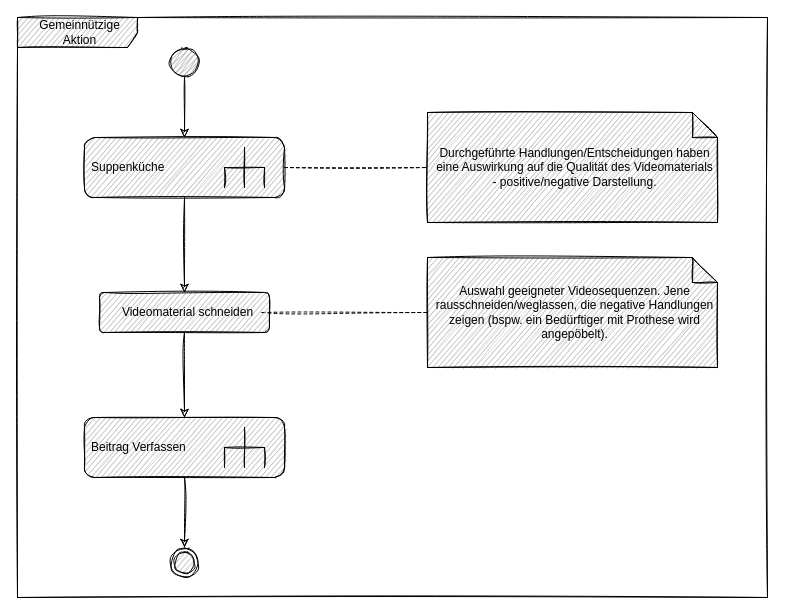
Earlier version of the draw.io diagram page "Task - Gemeinnützige Aktion" (4 of 10) of doc/game design/Basic-Gameplay.drawio (qogoist/rise_of_ravens). Source tidied: cells renumbered, new cells numbered last; positions are measured from the earlier drawing's top-left corner, leaving out a move shared by most shapes. Both pictures are drawn from the tidied source at 100%, with x=0, y=0 at pixel (17, 17).
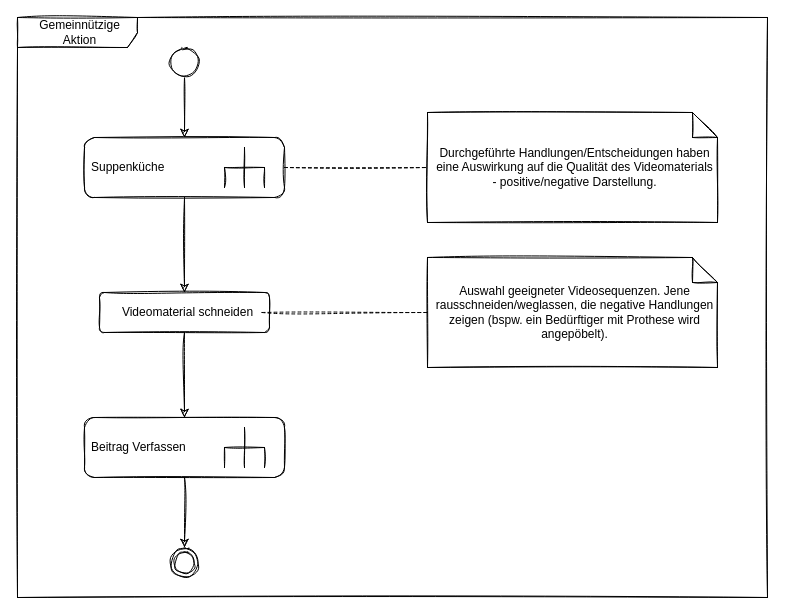
After the change.

What changed in the source:
```diff
@@
 <mxGraphModel background="#FFFFFF">
   <root>
     <mxCell id="0" />
     <mxCell id="1" parent="0" />
-    <mxCell id="2" value="Gemeinnützige Aktion" style="shape=umlFrame;whiteSpace=wrap;html=1;width=120;height=30;boundedLbl=1;verticalAlign=middle;align=center;spacingLeft=5;fillColor=#ABABAB;sketch=1;shadow=0;rounded=1;dashed=0;arcSize=10;strokeColor=#000000;fontColor=#000000;" parent="1" vertex="1">
+    <mxCell id="2" value="Gemeinnützige Aktion" style="shape=umlFrame;whiteSpace=wrap;html=1;width=120;height=30;boundedLbl=1;verticalAlign=middle;align=center;spacingLeft=5;fillColor=none;sketch=1;shadow=0;rounded=1;dashed=0;arcSize=10;strokeColor=#000000;fontColor=#000000;" parent="1" vertex="1">
       <mxGeometry width="750" height="580" as="geometry" />
     </mxCell>
     <mxCell id="3" style="edgeStyle=none;html=1;endArrow=classic;endFill=1;fontSize=12;fillColor=#ABABAB;strokeColor=#000000;fontColor=#000000;sketch=1;shadow=0;dashed=0;arcSize=10;spacingLeft=5;" parent="1" edge="1" source="4" target="9">
       <mxGeometry relative="1" as="geometry" />
     </mxCell>
-    <mxCell id="4" style="ellipse;sketch=1;shadow=0;fillStyle=zigzag;fillColor=#ABABAB;strokeColor=#000000;fontColor=#000000;rounded=1;dashed=0;arcSize=10;spacingLeft=5;" parent="1" vertex="1">
+    <mxCell id="4" style="ellipse;sketch=1;shadow=0;fillStyle=auto;fillColor=default;strokeColor=#000000;fontColor=#000000;rounded=1;dashed=0;arcSize=10;spacingLeft=5;" parent="1" vertex="1">
       <mxGeometry x="152" y="30" width="30" height="30" as="geometry" />
     </mxCell>
     <mxCell id="5" style="edgeStyle=none;html=1;endArrow=classic;endFill=1;fontSize=12;fillColor=#ABABAB;strokeColor=#000000;fontColor=#000000;sketch=1;shadow=0;dashed=0;arcSize=10;spacingLeft=5;exitX=0.5;exitY=1;exitDx=0;exitDy=0;" parent="1" edge="1" source="15" target="11">
       <mxGeometry relative="1" as="geometry" />
     </mxCell>
     <mxCell id="6" style="edgeStyle=none;html=1;endArrow=none;endFill=0;fontSize=12;fillColor=#ABABAB;strokeColor=#000000;fontColor=#000000;sketch=1;shadow=0;dashed=1;arcSize=10;spacingLeft=5;" parent="1" edge="1" target="13">
       <mxGeometry relative="1" as="geometry">
         <mxPoint x="244.5" y="295" as="sourcePoint" />
       </mxGeometry>
     </mxCell>
     <mxCell id="7" style="edgeStyle=none;html=1;endArrow=classic;endFill=1;fontSize=12;fillColor=#ABABAB;strokeColor=#000000;fontColor=#000000;sketch=1;shadow=0;dashed=0;arcSize=10;spacingLeft=5;entryX=0.5;entryY=0;entryDx=0;entryDy=0;" parent="1" edge="1" source="9" target="15">
       <mxGeometry relative="1" as="geometry" />
     </mxCell>
     <mxCell id="8" style="edgeStyle=none;html=1;entryX=0;entryY=0.5;entryDx=0;entryDy=0;entryPerimeter=0;endArrow=none;endFill=0;fontSize=12;fillColor=#ABABAB;strokeColor=#000000;fontColor=#000000;sketch=1;shadow=0;dashed=1;arcSize=10;spacingLeft=5;" parent="1" edge="1" source="9" target="14">
       <mxGeometry relative="1" as="geometry" />
     </mxCell>
-    <mxCell id="9" value="Suppenküche" style="shape=mxgraph.uml25.behaviorAction;html=1;rounded=1;absoluteArcSize=1;arcSize=10;align=left;spacingLeft=5;fillColor=#ABABAB;sketch=1;shadow=0;dashed=0;strokeColor=#000000;fontColor=#000000;" parent="1" vertex="1">
+    <mxCell id="9" value="Suppenküche" style="shape=mxgraph.uml25.behaviorAction;html=1;rounded=1;absoluteArcSize=1;arcSize=10;align=left;spacingLeft=5;fillColor=none;sketch=1;shadow=0;dashed=0;strokeColor=#000000;fontColor=#000000;" parent="1" vertex="1">
       <mxGeometry x="67" y="120" width="200" height="60" as="geometry" />
     </mxCell>
     <mxCell id="10" style="edgeStyle=none;html=1;endArrow=classic;endFill=1;fontSize=12;fillColor=#ABABAB;strokeColor=#000000;fontColor=#000000;sketch=1;shadow=0;dashed=0;arcSize=10;spacingLeft=5;" parent="1" edge="1" source="11" target="12">
       <mxGeometry relative="1" as="geometry" />
     </mxCell>
-    <mxCell id="11" value="Beitrag Verfassen&amp;nbsp;" style="shape=mxgraph.uml25.behaviorAction;html=1;rounded=1;absoluteArcSize=1;arcSize=10;align=left;spacingLeft=5;fillColor=#ABABAB;sketch=1;shadow=0;dashed=0;strokeColor=#000000;fontColor=#000000;" parent="1" vertex="1">
+    <mxCell id="11" value="Beitrag Verfassen&amp;nbsp;" style="shape=mxgraph.uml25.behaviorAction;html=1;rounded=1;absoluteArcSize=1;arcSize=10;align=left;spacingLeft=5;fillColor=none;sketch=1;shadow=0;dashed=0;strokeColor=#000000;fontColor=#000000;" parent="1" vertex="1">
       <mxGeometry x="67" y="400" width="200" height="60" as="geometry" />
     </mxCell>
-    <mxCell id="12" style="ellipse;html=1;shape=endState;fillColor=#ABABAB;strokeColor=#000000;sketch=1;shadow=0;rounded=1;dashed=0;arcSize=10;fontColor=#000000;spacingLeft=5;" parent="1" vertex="1">
+    <mxCell id="12" style="ellipse;html=1;shape=endState;fillColor=none;strokeColor=#000000;sketch=1;shadow=0;rounded=1;dashed=0;arcSize=10;fontColor=#000000;spacingLeft=5;" parent="1" vertex="1">
       <mxGeometry x="152" y="530" width="30" height="30" as="geometry" />
     </mxCell>
-    <mxCell id="13" value="Auswahl geeigneter Videosequenzen. Jene rausschneiden/weglassen, die negative Handlungen zeigen (bspw. ein Bedürftiger mit Prothese wird angepöbelt)." style="shape=note2;boundedLbl=1;whiteSpace=wrap;html=1;size=25;verticalAlign=middle;align=center;fillColor=#ABABAB;sketch=1;shadow=0;rounded=1;dashed=0;arcSize=10;strokeColor=#000000;fontColor=#000000;spacingLeft=5;" parent="1" vertex="1">
+    <mxCell id="13" value="Auswahl geeigneter Videosequenzen. Jene rausschneiden/weglassen, die negative Handlungen zeigen (bspw. ein Bedürftiger mit Prothese wird angepöbelt)." style="shape=note2;boundedLbl=1;whiteSpace=wrap;html=1;size=25;verticalAlign=middle;align=center;fillColor=none;sketch=1;shadow=0;rounded=1;dashed=0;arcSize=10;strokeColor=#000000;fontColor=#000000;spacingLeft=5;" parent="1" vertex="1">
       <mxGeometry x="410" y="240" width="290" height="110" as="geometry" />
     </mxCell>
-    <mxCell id="14" value="Durchgeführte Handlungen/Entscheidungen haben eine Auswirkung auf die Qualität des Videomaterials - positive/negative Darstellung." style="shape=note2;boundedLbl=1;whiteSpace=wrap;html=1;size=25;verticalAlign=middle;align=center;fillColor=#ABABAB;sketch=1;shadow=0;rounded=1;dashed=0;arcSize=10;strokeColor=#000000;fontColor=#000000;spacingLeft=5;" parent="1" vertex="1">
+    <mxCell id="14" value="Durchgeführte Handlungen/Entscheidungen haben eine Auswirkung auf die Qualität des Videomaterials - positive/negative Darstellung." style="shape=note2;boundedLbl=1;whiteSpace=wrap;html=1;size=25;verticalAlign=middle;align=center;fillColor=none;sketch=1;shadow=0;rounded=1;dashed=0;arcSize=10;strokeColor=#000000;fontColor=#000000;spacingLeft=5;" parent="1" vertex="1">
       <mxGeometry x="410" y="95" width="290" height="110" as="geometry" />
     </mxCell>
-    <mxCell id="15" value="Videomaterial schneiden" style="html=1;align=center;verticalAlign=middle;rounded=1;absoluteArcSize=1;arcSize=10;dashed=0;fontColor=#000000;fillColor=#ABABAB;strokeColor=#000000;sketch=1;shadow=0;spacingLeft=5;" parent="1" vertex="1">
+    <mxCell id="15" value="Videomaterial schneiden" style="html=1;align=center;verticalAlign=middle;rounded=1;absoluteArcSize=1;arcSize=10;dashed=0;fontColor=#000000;fillColor=none;strokeColor=#000000;sketch=1;shadow=0;spacingLeft=5;" parent="1" vertex="1">
       <mxGeometry x="82" y="275" width="170" height="40" as="geometry" />
     </mxCell>
   </root>
 </mxGraphModel>
```
